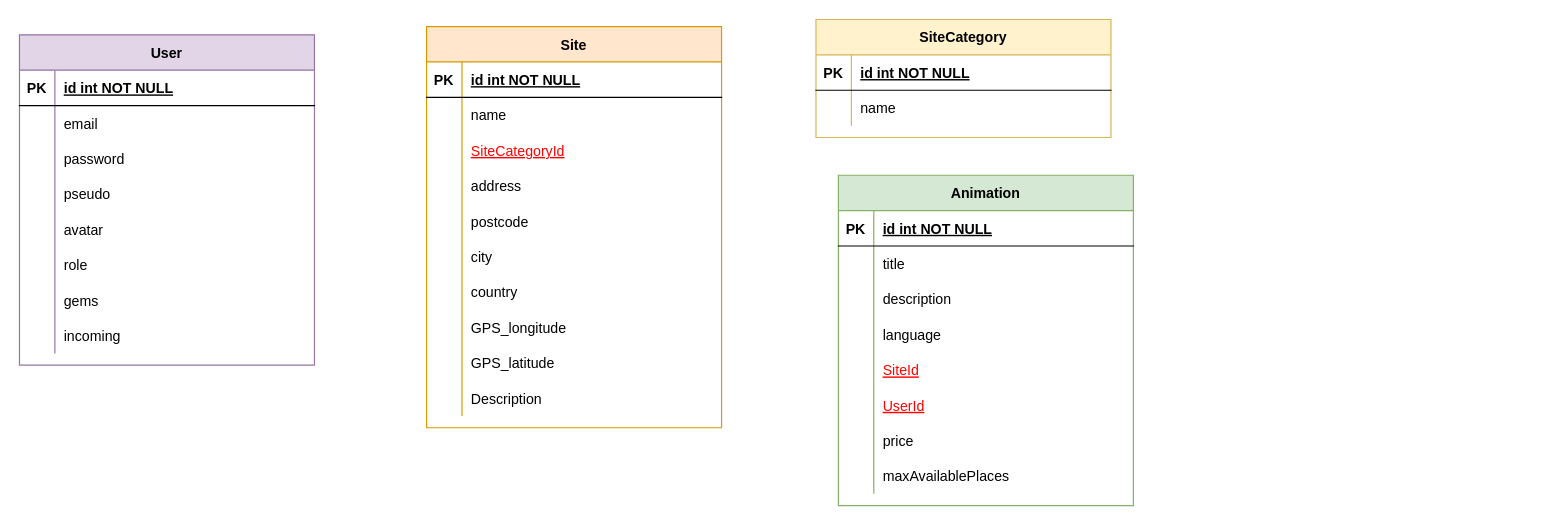
DuboisCecile/Checkpoint-4-front keeps this draw.io diagram as ressources/Untitled Diagram.drawio. Above is the earlier version. Source tidied: cells renumbered, new cells numbered last; positions are measured from the earlier drawing's top-left corner, leaving out a move shared by most shapes. Both pictures are drawn from the tidied source at 118%, with x=0, y=0 at pixel (19, 19).
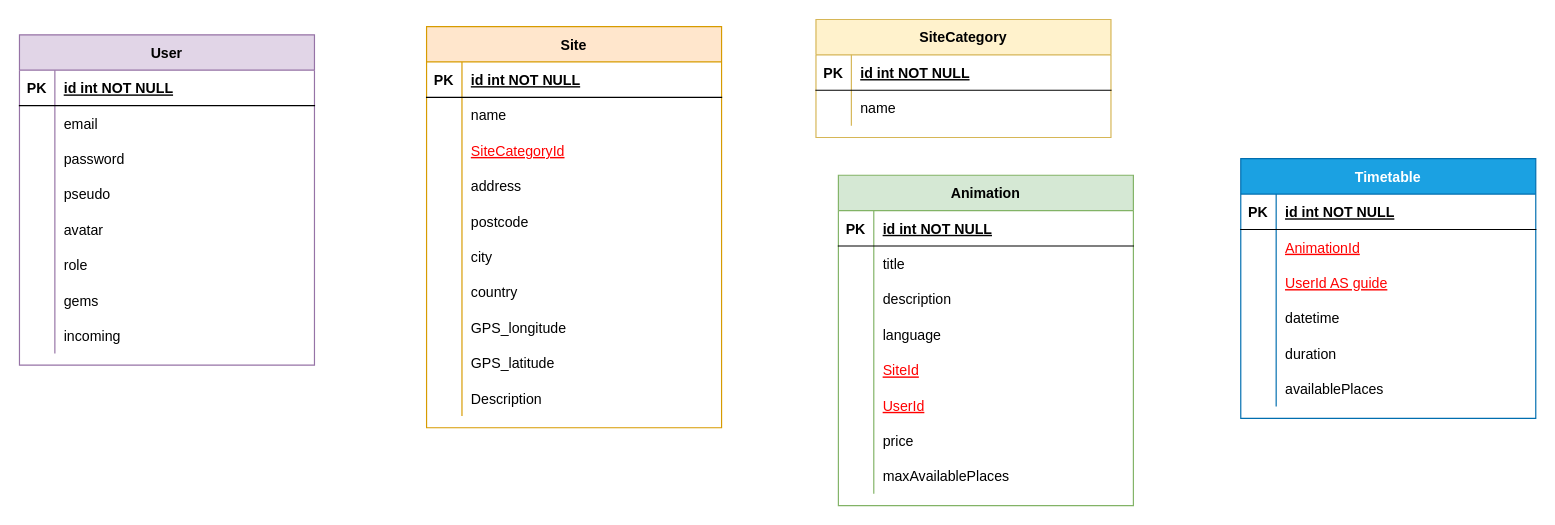
After the change.

Commit message:
Added Timetable table

Diff of the diagram source:
```diff
@@
+    <mxCell id="90" value="Timetable" style="shape=table;startSize=30;childLayout=tableLayout;rowLines=0;fontStyle=1;align=center;fillColor=#1ba1e2;strokeColor=#006EAF;fontColor=#ffffff;" parent="1" vertex="1">
+      <mxGeometry x="1035" y="118" width="250" height="220" as="geometry" />
+    </mxCell>
+    <mxCell id="91" style="shape=partialRectangle;fillColor=none;top=0;left=0;right=0;bottom=1;" parent="90" vertex="1">
+      <mxGeometry y="30" width="250" height="30" as="geometry" />
+    </mxCell>
+    <mxCell id="92" value="PK" style="shape=partialRectangle;overflow=hidden;fillColor=none;top=0;left=0;bottom=0;right=0;fontStyle=1;" parent="91" vertex="1">
+      <mxGeometry width="30" height="30" as="geometry" />
+    </mxCell>
+    <mxCell id="93" value="id int NOT NULL " style="shape=partialRectangle;overflow=hidden;fillColor=none;top=0;left=0;bottom=0;right=0;align=left;spacingLeft=6;fontStyle=5;" parent="91" vertex="1">
+      <mxGeometry x="30" width="220" height="30" as="geometry" />
+    </mxCell>
+    <mxCell id="94" style="shape=partialRectangle;fillColor=none;top=0;left=0;bottom=0;right=0;" parent="90" vertex="1">
+      <mxGeometry y="60" width="250" height="30" as="geometry" />
+    </mxCell>
+    <mxCell id="95" style="shape=partialRectangle;fillColor=none;top=0;left=0;bottom=0;right=0;overflow=hidden;" parent="94" vertex="1">
+      <mxGeometry width="30" height="30" as="geometry" />
+    </mxCell>
+    <mxCell id="96" value="AnimationId" style="shape=partialRectangle;fillColor=none;top=0;left=0;bottom=0;right=0;align=left;spacingLeft=6;overflow=hidden;fontStyle=4;fontColor=#FF0000;" parent="94" vertex="1">
+      <mxGeometry x="30" width="220" height="30" as="geometry" />
+    </mxCell>
+    <mxCell id="97" style="shape=partialRectangle;fillColor=none;top=0;left=0;bottom=0;right=0;" parent="90" vertex="1">
+      <mxGeometry y="90" width="250" height="30" as="geometry" />
+    </mxCell>
+    <mxCell id="98" style="shape=partialRectangle;fillColor=none;top=0;left=0;bottom=0;right=0;overflow=hidden;" parent="97" vertex="1">
+      <mxGeometry width="30" height="30" as="geometry" />
+    </mxCell>
+    <mxCell id="99" value="UserId AS guide" style="shape=partialRectangle;fillColor=none;top=0;left=0;bottom=0;right=0;align=left;spacingLeft=6;overflow=hidden;fontStyle=4;fontColor=#FF0000;" parent="97" vertex="1">
+      <mxGeometry x="30" width="220" height="30" as="geometry" />
+    </mxCell>
+    <mxCell id="100" style="shape=partialRectangle;fillColor=none;top=0;left=0;right=0;bottom=0;" parent="90" vertex="1">
+      <mxGeometry y="120" width="250" height="30" as="geometry" />
+    </mxCell>
+    <mxCell id="101" style="shape=partialRectangle;overflow=hidden;fillColor=none;top=0;left=0;bottom=0;right=0;" parent="100" vertex="1">
+      <mxGeometry width="30" height="30" as="geometry" />
+    </mxCell>
+    <mxCell id="102" value="datetime" style="shape=partialRectangle;overflow=hidden;fillColor=none;top=0;left=0;bottom=0;right=0;align=left;spacingLeft=6;" parent="100" vertex="1">
+      <mxGeometry x="30" width="220" height="30" as="geometry" />
+    </mxCell>
+    <mxCell id="103" style="shape=partialRectangle;fillColor=none;top=0;left=0;bottom=0;right=0;" parent="90" vertex="1">
+      <mxGeometry y="150" width="250" height="30" as="geometry" />
+    </mxCell>
+    <mxCell id="104" style="shape=partialRectangle;fillColor=none;top=0;left=0;bottom=0;right=0;overflow=hidden;" parent="103" vertex="1">
+      <mxGeometry width="30" height="30" as="geometry" />
+    </mxCell>
+    <mxCell id="105" value="duration" style="shape=partialRectangle;fillColor=none;top=0;left=0;bottom=0;right=0;align=left;spacingLeft=6;overflow=hidden;" parent="103" vertex="1">
+      <mxGeometry x="30" width="220" height="30" as="geometry" />
+    </mxCell>
+    <mxCell id="106" style="shape=partialRectangle;fillColor=none;top=0;left=0;bottom=0;right=0;" parent="90" vertex="1">
+      <mxGeometry y="180" width="250" height="30" as="geometry" />
+    </mxCell>
+    <mxCell id="107" style="shape=partialRectangle;fillColor=none;top=0;left=0;bottom=0;right=0;overflow=hidden;" parent="106" vertex="1">
+      <mxGeometry width="30" height="30" as="geometry" />
+    </mxCell>
+    <mxCell id="108" value="availablePlaces" style="shape=partialRectangle;fillColor=none;top=0;left=0;bottom=0;right=0;align=left;spacingLeft=6;overflow=hidden;" parent="106" vertex="1">
+      <mxGeometry x="30" width="220" height="30" as="geometry" />
+    </mxCell>
```
